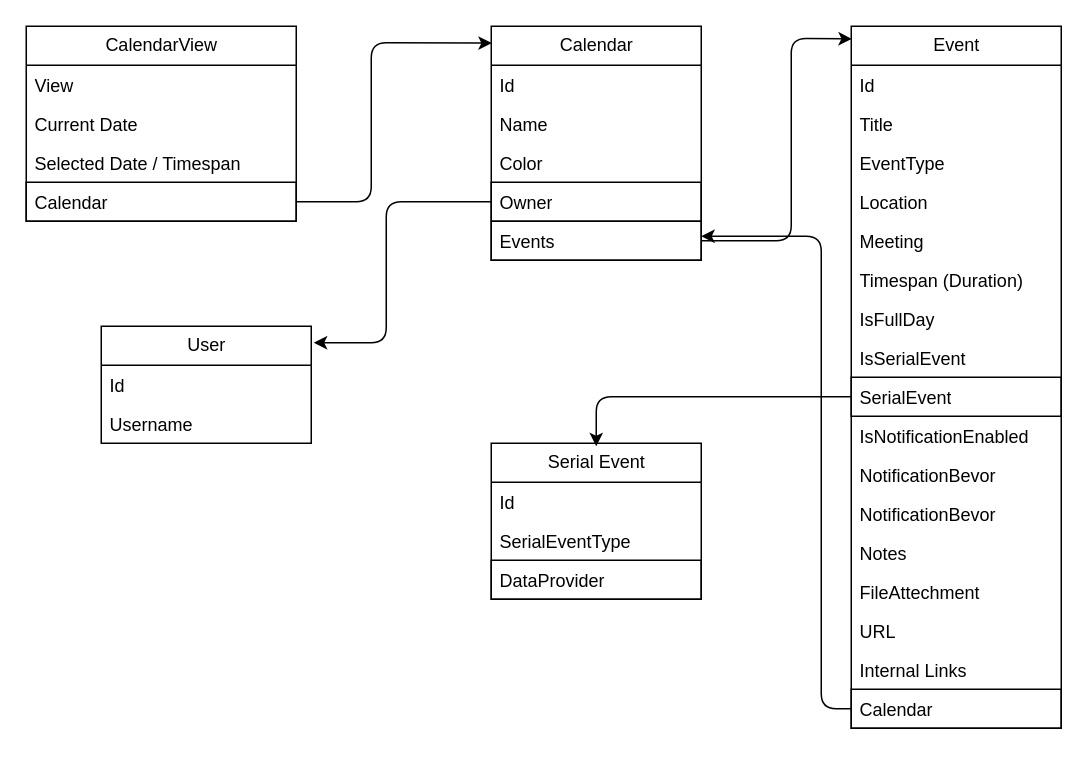
TodoXpress/Documentation keeps this draw.io diagram as Architecture/Calendar.drawio. Above is the earlier version. Source tidied: cells renumbered, new cells numbered last; positions are measured from the earlier drawing's top-left corner, leaving out a move shared by most shapes. Both pictures are drawn from the tidied source at 150%, with x=0, y=0 at pixel (26, 26).
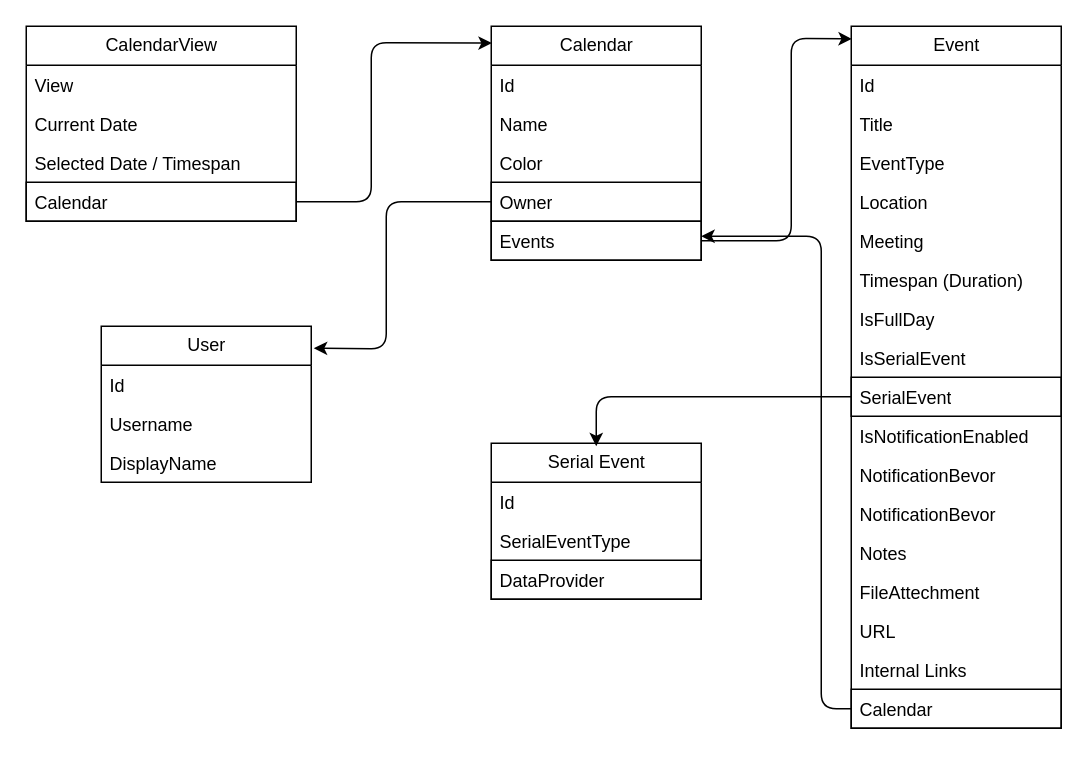
After the change.

Commit message:
add display Name to user

The change refers to these unchanged cells:
```xml
<mxCell id="11" value="Owner" style="text;strokeColor=default;fillColor=none;align=left;verticalAlign=top;spacingLeft=4;spacingRight=4;overflow=hidden;points=[[0,0.5],[1,0.5]];portConstraint=eastwest;whiteSpace=wrap;html=1;" parent="7" vertex="1">
  <mxGeometry y="104" width="140" height="26" as="geometry" />
</mxCell>
```

What changed in the source:
```diff
@@
     <mxCell id="39" value="User" style="swimlane;fontStyle=0;horizontal=1;startSize=26;fillColor=none;html=1;strokeColor=default;" parent="1" vertex="1">
-      <mxGeometry x="50" y="200" width="140" height="78" as="geometry" />
+      <mxGeometry x="50" y="200" width="140" height="104" as="geometry" />
     </mxCell>
@@
+    <mxCell id="43" value="DisplayName" style="text;strokeColor=none;fillColor=none;align=left;verticalAlign=top;spacingLeft=4;spacingRight=4;overflow=hidden;whiteSpace=wrap;html=1;" parent="39" vertex="1">
+      <mxGeometry y="78" width="140" height="26" as="geometry" />
+    </mxCell>
     <mxCell id="42" style="edgeStyle=none;html=1;exitX=0;exitY=0.5;exitDx=0;exitDy=0;entryX=1.012;entryY=0.141;entryDx=0;entryDy=0;entryPerimeter=0;" parent="1" edge="1" source="11" target="39">
       <mxGeometry relative="1" as="geometry">
         <Array as="points">
           <mxPoint x="240" y="117" />
-          <mxPoint x="240" y="211" />
+          <mxPoint x="240" y="215" />
         </Array>
       </mxGeometry>
     </mxCell>
```
